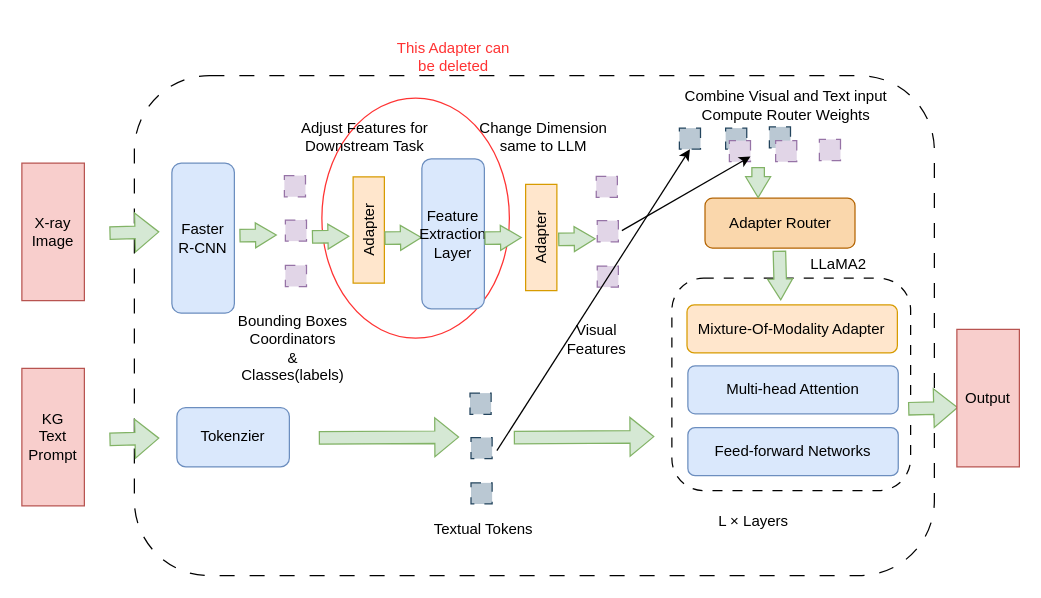
YatingPan/LaVIN keeps this draw.io diagram as util/Untitled Diagram.drawio. Above is the earlier version. Source tidied: cells renumbered, new cells numbered last; positions are measured from the earlier drawing's top-left corner, leaving out a move shared by most shapes. Both pictures are drawn from the tidied source at 125%, with x=0, y=0 at pixel (21, 20).
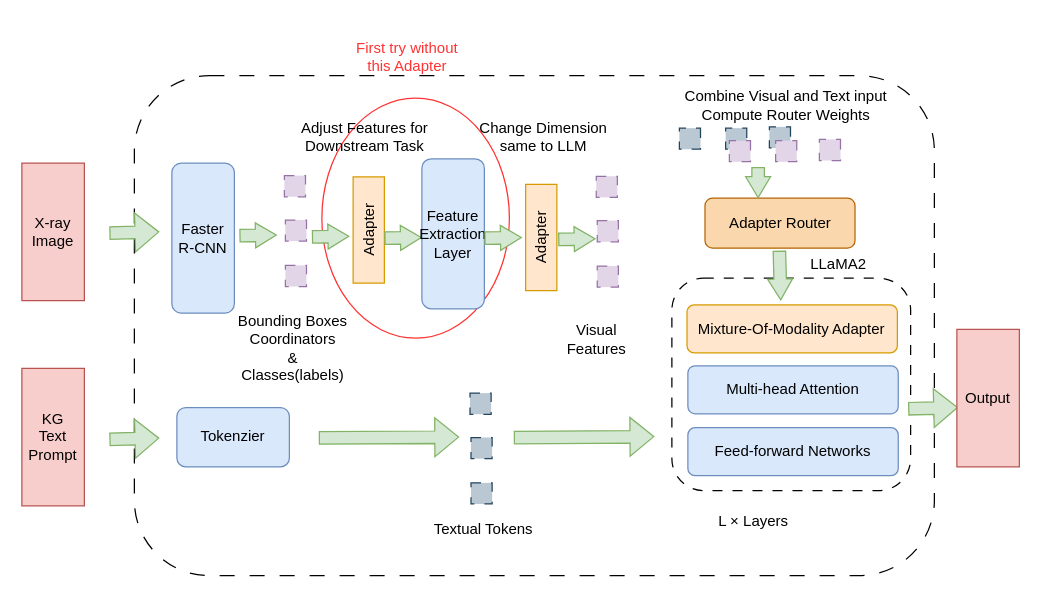
After the change.

The change refers to these unchanged cells:
```xml
<mxCell id="33" style="whiteSpace=wrap;html=1;dashed=1;dashPattern=8 8;rotation=90;fillColor=#bac8d3;strokeColor=#23445d;" parent="30" vertex="1">
  <mxGeometry x="-28" y="36" width="16.9" height="16.9" as="geometry" />
</mxCell>
<mxCell id="37" style="whiteSpace=wrap;html=1;dashed=1;dashPattern=8 8;rotation=90;fillColor=#e1d5e7;strokeColor=#9673a6;" parent="34" vertex="1">
  <mxGeometry x="-28" y="36" width="16.9" height="16.9" as="geometry" />
</mxCell>
```

Change to the diagram source:
```diff
@@
-    <mxCell id="58" style="endArrow=classic;html=1;rounded=0;entryX=1;entryY=0.5;entryDx=0;entryDy=0;" parent="1" edge="1" target="33">
-      <mxGeometry relative="1" as="geometry">
-        <mxPoint x="380" y="344" as="sourcePoint" />
-      </mxGeometry>
-    </mxCell>
-    <mxCell id="59" style="endArrow=classic;html=1;rounded=0;entryX=0.75;entryY=0;entryDx=0;entryDy=0;" parent="1" edge="1" target="37">
-      <mxGeometry relative="1" as="geometry">
-        <mxPoint x="480" y="168" as="sourcePoint" />
-      </mxGeometry>
-    </mxCell>
@@
-    <mxCell id="61" value="&lt;font color=&quot;#ff3333&quot;&gt;This Adapter can be deleted&lt;/font&gt;" style="rounded=0;whiteSpace=wrap;html=1;strokeColor=none;fillColor=none;" parent="1" vertex="1">
-      <mxGeometry x="292.5" y="0.5" width="105" height="57.5" as="geometry" />
+    <mxCell id="61" value="&lt;font color=&quot;#ff3333&quot;&gt;First try without this Adapter&lt;/font&gt;" style="rounded=0;whiteSpace=wrap;html=1;strokeColor=none;fillColor=none;" parent="1" vertex="1">
+      <mxGeometry x="255.5" y="0.5" width="105" height="57.5" as="geometry" />
     </mxCell>
```
